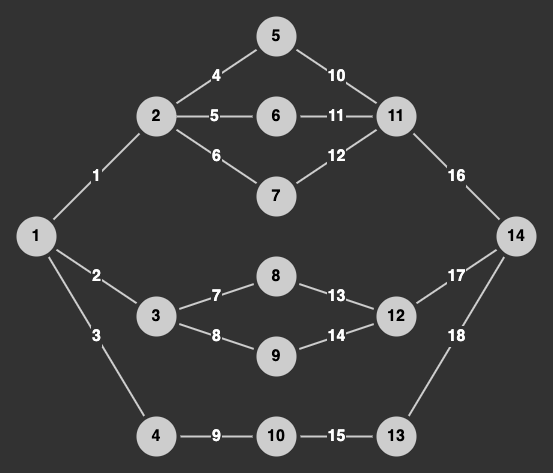
Earlier version of the draw.io export tasks/task_02/graph.png (Friend-LGA/uni_course_cpp). Source tidied: cells renumbered, new cells last; positions are measured from the earlier drawing's top-left corner, leaving out a move shared by most shapes.
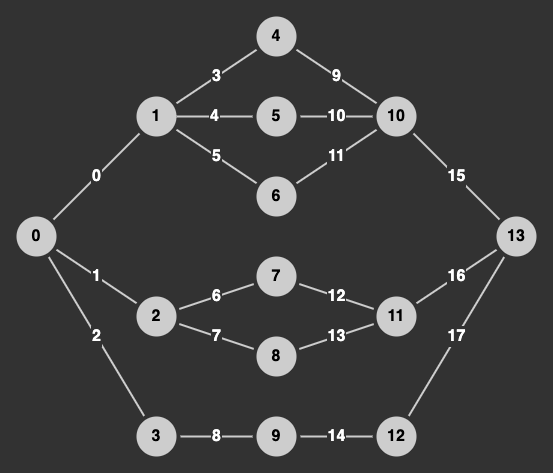
After the change.

Change to the diagram source:
```diff
@@ -2,100 +2,100 @@
   <root>
     <mxCell id="0" />
     <mxCell id="1" parent="0" />
-    <mxCell id="2" value="1" style="ellipse;whiteSpace=wrap;html=1;strokeColor=none;fontStyle=1;fontSize=16;fillColor=#CDCDCD;" parent="1" vertex="1">
+    <mxCell id="2" value="0" style="ellipse;strokeColor=none;fontStyle=1;fontSize=16;fillColor=#CDCDCD;html=1;whiteSpace=wrap;labelBorderColor=none;verticalAlign=middle;align=center;" parent="1" vertex="1">
       <mxGeometry y="200" width="40" height="40" as="geometry" />
     </mxCell>
-    <mxCell id="3" value="4" style="edgeStyle=none;rounded=0;jettySize=auto;endArrow=none;endFill=0;fontSize=16;strokeWidth=2;labelBackgroundColor=#323232;fontColor=#FFFFFF;fontStyle=1;spacing=2;labelBorderColor=#323232;verticalAlign=middle;horizontal=1;html=1;shadow=0;strokeColor=#CDCDCD;jumpSize=6;targetPerimeterSpacing=4;sourcePerimeterSpacing=4;" parent="1" edge="1" source="6" target="13">
+    <mxCell id="3" value="3" style="edgeStyle=none;rounded=0;jettySize=auto;endArrow=none;endFill=0;fontSize=16;strokeWidth=2;labelBackgroundColor=#323232;fontColor=#FFFFFF;fontStyle=1;spacing=2;labelBorderColor=#323232;verticalAlign=middle;horizontal=1;html=1;shadow=0;strokeColor=#CDCDCD;jumpSize=6;targetPerimeterSpacing=4;sourcePerimeterSpacing=4;" parent="1" edge="1" source="6" target="13">
       <mxGeometry relative="1" as="geometry" />
     </mxCell>
-    <mxCell id="4" value="5" style="edgeStyle=none;rounded=0;jettySize=auto;exitX=1;exitY=0.5;exitDx=0;exitDy=0;endArrow=none;endFill=0;fontSize=16;strokeWidth=2;labelBackgroundColor=#323232;fontColor=#FFFFFF;fontStyle=1;spacing=2;labelBorderColor=#323232;verticalAlign=middle;horizontal=1;html=1;shadow=0;strokeColor=#CDCDCD;jumpSize=6;targetPerimeterSpacing=4;sourcePerimeterSpacing=4;" parent="1" edge="1" source="6" target="15">
+    <mxCell id="4" value="4" style="edgeStyle=none;rounded=0;jettySize=auto;exitX=1;exitY=0.5;exitDx=0;exitDy=0;endArrow=none;endFill=0;fontSize=16;strokeWidth=2;labelBackgroundColor=#323232;fontColor=#FFFFFF;fontStyle=1;spacing=2;labelBorderColor=#323232;verticalAlign=middle;horizontal=1;html=1;shadow=0;strokeColor=#CDCDCD;jumpSize=6;targetPerimeterSpacing=4;sourcePerimeterSpacing=4;" parent="1" edge="1" source="6" target="15">
       <mxGeometry relative="1" as="geometry" />
     </mxCell>
-    <mxCell id="5" value="6" style="edgeStyle=none;rounded=0;jettySize=auto;endArrow=none;endFill=0;fontSize=16;strokeWidth=2;labelBackgroundColor=#323232;fontColor=#FFFFFF;fontStyle=1;spacing=2;labelBorderColor=#323232;verticalAlign=middle;horizontal=1;html=1;shadow=0;strokeColor=#CDCDCD;jumpSize=6;targetPerimeterSpacing=4;sourcePerimeterSpacing=4;" parent="1" edge="1" source="6" target="17">
+    <mxCell id="5" value="5" style="edgeStyle=none;rounded=0;jettySize=auto;endArrow=none;endFill=0;fontSize=16;strokeWidth=2;labelBackgroundColor=#323232;fontColor=#FFFFFF;fontStyle=1;spacing=2;labelBorderColor=#323232;verticalAlign=middle;horizontal=1;html=1;shadow=0;strokeColor=#CDCDCD;jumpSize=6;targetPerimeterSpacing=4;sourcePerimeterSpacing=4;" parent="1" edge="1" source="6" target="17">
       <mxGeometry relative="1" as="geometry" />
     </mxCell>
-    <mxCell id="6" value="2" style="ellipse;whiteSpace=wrap;html=1;strokeColor=none;fontStyle=1;fontSize=16;fillColor=#CDCDCD;" parent="1" vertex="1">
+    <mxCell id="6" value="1" style="ellipse;strokeColor=none;fontStyle=1;fontSize=16;fillColor=#CDCDCD;html=1;whiteSpace=wrap;labelBorderColor=none;verticalAlign=middle;align=center;" parent="1" vertex="1">
       <mxGeometry x="120" y="80" width="40" height="40" as="geometry" />
     </mxCell>
-    <mxCell id="7" value="7" style="edgeStyle=none;rounded=0;jettySize=auto;endArrow=none;endFill=0;fontSize=16;strokeWidth=2;labelBackgroundColor=#323232;fontColor=#FFFFFF;fontStyle=1;spacing=2;labelBorderColor=#323232;verticalAlign=middle;horizontal=1;html=1;shadow=0;strokeColor=#CDCDCD;jumpSize=6;targetPerimeterSpacing=4;sourcePerimeterSpacing=4;" parent="1" edge="1" source="9" target="19">
+    <mxCell id="7" value="6" style="edgeStyle=none;rounded=0;jettySize=auto;endArrow=none;endFill=0;fontSize=16;strokeWidth=2;labelBackgroundColor=#323232;fontColor=#FFFFFF;fontStyle=1;spacing=2;labelBorderColor=#323232;verticalAlign=middle;horizontal=1;html=1;shadow=0;strokeColor=#CDCDCD;jumpSize=6;targetPerimeterSpacing=4;sourcePerimeterSpacing=4;" parent="1" edge="1" source="9" target="19">
       <mxGeometry relative="1" as="geometry" />
     </mxCell>
-    <mxCell id="8" value="8" style="edgeStyle=none;rounded=0;jettySize=auto;endArrow=none;endFill=0;fontSize=16;strokeWidth=2;labelBackgroundColor=#323232;fontColor=#FFFFFF;fontStyle=1;spacing=2;labelBorderColor=#323232;verticalAlign=middle;horizontal=1;html=1;shadow=0;strokeColor=#CDCDCD;jumpSize=6;targetPerimeterSpacing=4;sourcePerimeterSpacing=4;" parent="1" edge="1" source="9" target="21">
+    <mxCell id="8" value="7" style="edgeStyle=none;rounded=0;jettySize=auto;endArrow=none;endFill=0;fontSize=16;strokeWidth=2;labelBackgroundColor=#323232;fontColor=#FFFFFF;fontStyle=1;spacing=2;labelBorderColor=#323232;verticalAlign=middle;horizontal=1;html=1;shadow=0;strokeColor=#CDCDCD;jumpSize=6;targetPerimeterSpacing=4;sourcePerimeterSpacing=4;" parent="1" edge="1" source="9" target="21">
       <mxGeometry relative="1" as="geometry" />
     </mxCell>
-    <mxCell id="9" value="3" style="ellipse;whiteSpace=wrap;html=1;strokeColor=none;fontStyle=1;fontSize=16;fillColor=#CDCDCD;" parent="1" vertex="1">
+    <mxCell id="9" value="2" style="ellipse;strokeColor=none;fontStyle=1;fontSize=16;fillColor=#CDCDCD;html=1;whiteSpace=wrap;labelBorderColor=none;verticalAlign=middle;align=center;" parent="1" vertex="1">
       <mxGeometry x="120" y="280" width="40" height="40" as="geometry" />
     </mxCell>
-    <mxCell id="10" value="9" style="edgeStyle=none;rounded=0;jettySize=auto;endArrow=none;endFill=0;fontSize=16;strokeWidth=2;labelBackgroundColor=#323232;fontColor=#FFFFFF;fontStyle=1;spacing=2;labelBorderColor=#323232;verticalAlign=middle;horizontal=1;html=1;shadow=0;strokeColor=#CDCDCD;jumpSize=6;targetPerimeterSpacing=4;sourcePerimeterSpacing=4;" parent="1" edge="1" source="11" target="23">
+    <mxCell id="10" value="8" style="edgeStyle=none;rounded=0;jettySize=auto;endArrow=none;endFill=0;fontSize=16;strokeWidth=2;labelBackgroundColor=#323232;fontColor=#FFFFFF;fontStyle=1;spacing=2;labelBorderColor=#323232;verticalAlign=middle;horizontal=1;html=1;shadow=0;strokeColor=#CDCDCD;jumpSize=6;targetPerimeterSpacing=4;sourcePerimeterSpacing=4;" parent="1" edge="1" source="11" target="23">
       <mxGeometry relative="1" as="geometry" />
     </mxCell>
-    <mxCell id="11" value="4" style="ellipse;whiteSpace=wrap;html=1;strokeColor=none;fontStyle=1;fontSize=16;fillColor=#CDCDCD;" parent="1" vertex="1">
+    <mxCell id="11" value="3" style="ellipse;strokeColor=none;fontStyle=1;fontSize=16;fillColor=#CDCDCD;html=1;whiteSpace=wrap;labelBorderColor=none;verticalAlign=middle;align=center;" parent="1" vertex="1">
       <mxGeometry x="120" y="400" width="40" height="40" as="geometry" />
     </mxCell>
-    <mxCell id="12" value="10" style="edgeStyle=none;rounded=0;jettySize=auto;shadow=0;sketch=0;endArrow=none;endFill=0;fontSize=16;strokeWidth=2;labelBackgroundColor=#323232;fontColor=#FFFFFF;fontStyle=1;spacing=2;labelBorderColor=#323232;verticalAlign=middle;horizontal=1;html=1;strokeColor=#CDCDCD;jumpSize=6;targetPerimeterSpacing=4;sourcePerimeterSpacing=4;" parent="1" edge="1" source="13" target="25">
+    <mxCell id="12" value="9" style="edgeStyle=none;rounded=0;jettySize=auto;shadow=0;sketch=0;endArrow=none;endFill=0;fontSize=16;strokeWidth=2;labelBackgroundColor=#323232;fontColor=#FFFFFF;fontStyle=1;spacing=2;labelBorderColor=#323232;verticalAlign=middle;horizontal=1;html=1;strokeColor=#CDCDCD;jumpSize=6;targetPerimeterSpacing=4;sourcePerimeterSpacing=4;" parent="1" edge="1" source="13" target="25">
       <mxGeometry relative="1" as="geometry" />
     </mxCell>
-    <mxCell id="13" value="5" style="ellipse;whiteSpace=wrap;html=1;strokeColor=none;fontStyle=1;fontSize=16;fillColor=#CDCDCD;" parent="1" vertex="1">
+    <mxCell id="13" value="4" style="ellipse;strokeColor=none;fontStyle=1;fontSize=16;fillColor=#CDCDCD;html=1;whiteSpace=wrap;labelBorderColor=none;verticalAlign=middle;align=center;" parent="1" vertex="1">
       <mxGeometry x="240" width="40" height="40" as="geometry" />
     </mxCell>
-    <mxCell id="14" value="11" style="edgeStyle=none;rounded=0;jettySize=auto;endArrow=none;endFill=0;fontSize=16;strokeWidth=2;labelBackgroundColor=#323232;fontColor=#FFFFFF;fontStyle=1;spacing=2;labelBorderColor=#323232;verticalAlign=middle;horizontal=1;html=1;shadow=0;strokeColor=#CDCDCD;jumpSize=6;targetPerimeterSpacing=4;sourcePerimeterSpacing=4;" parent="1" edge="1" source="15" target="25">
+    <mxCell id="14" value="10" style="edgeStyle=none;rounded=0;jettySize=auto;endArrow=none;endFill=0;fontSize=16;strokeWidth=2;labelBackgroundColor=#323232;fontColor=#FFFFFF;fontStyle=1;spacing=2;labelBorderColor=#323232;verticalAlign=middle;horizontal=1;html=1;shadow=0;strokeColor=#CDCDCD;jumpSize=6;targetPerimeterSpacing=4;sourcePerimeterSpacing=4;" parent="1" edge="1" source="15" target="25">
       <mxGeometry relative="1" as="geometry" />
     </mxCell>
-    <mxCell id="15" value="6" style="ellipse;whiteSpace=wrap;html=1;strokeColor=none;fontStyle=1;fontSize=16;fillColor=#CDCDCD;" parent="1" vertex="1">
+    <mxCell id="15" value="5" style="ellipse;strokeColor=none;fontStyle=1;fontSize=16;fillColor=#CDCDCD;html=1;whiteSpace=wrap;labelBorderColor=none;verticalAlign=middle;align=center;" parent="1" vertex="1">
       <mxGeometry x="240" y="80" width="40" height="40" as="geometry" />
     </mxCell>
-    <mxCell id="16" value="12" style="edgeStyle=none;rounded=0;jettySize=auto;endArrow=none;endFill=0;fontSize=16;strokeWidth=2;labelBackgroundColor=#323232;fontColor=#FFFFFF;fontStyle=1;spacing=2;labelBorderColor=#323232;verticalAlign=middle;horizontal=1;html=1;shadow=0;strokeColor=#CDCDCD;jumpSize=6;targetPerimeterSpacing=4;sourcePerimeterSpacing=4;" parent="1" edge="1" source="17" target="25">
+    <mxCell id="16" value="11" style="edgeStyle=none;rounded=0;jettySize=auto;endArrow=none;endFill=0;fontSize=16;strokeWidth=2;labelBackgroundColor=#323232;fontColor=#FFFFFF;fontStyle=1;spacing=2;labelBorderColor=#323232;verticalAlign=middle;horizontal=1;html=1;shadow=0;strokeColor=#CDCDCD;jumpSize=6;targetPerimeterSpacing=4;sourcePerimeterSpacing=4;" parent="1" edge="1" source="17" target="25">
       <mxGeometry relative="1" as="geometry" />
     </mxCell>
-    <mxCell id="17" value="7" style="ellipse;whiteSpace=wrap;html=1;strokeColor=none;fontStyle=1;fontSize=16;fillColor=#CDCDCD;" parent="1" vertex="1">
+    <mxCell id="17" value="6" style="ellipse;strokeColor=none;fontStyle=1;fontSize=16;fillColor=#CDCDCD;html=1;whiteSpace=wrap;labelBorderColor=none;verticalAlign=middle;align=center;" parent="1" vertex="1">
       <mxGeometry x="240" y="160" width="40" height="40" as="geometry" />
     </mxCell>
-    <mxCell id="18" value="13" style="edgeStyle=none;rounded=0;jettySize=auto;endArrow=none;endFill=0;fontSize=16;strokeWidth=2;labelBackgroundColor=#323232;fontColor=#FFFFFF;fontStyle=1;spacing=2;labelBorderColor=#323232;verticalAlign=middle;horizontal=1;html=1;shadow=0;strokeColor=#CDCDCD;jumpSize=6;targetPerimeterSpacing=4;sourcePerimeterSpacing=4;" parent="1" edge="1" source="19" target="27">
+    <mxCell id="18" value="12" style="edgeStyle=none;rounded=0;jettySize=auto;endArrow=none;endFill=0;fontSize=16;strokeWidth=2;labelBackgroundColor=#323232;fontColor=#FFFFFF;fontStyle=1;spacing=2;labelBorderColor=#323232;verticalAlign=middle;horizontal=1;html=1;shadow=0;strokeColor=#CDCDCD;jumpSize=6;targetPerimeterSpacing=4;sourcePerimeterSpacing=4;" parent="1" edge="1" source="19" target="27">
       <mxGeometry relative="1" as="geometry" />
     </mxCell>
-    <mxCell id="19" value="8" style="ellipse;whiteSpace=wrap;html=1;strokeColor=none;fontStyle=1;fontSize=16;fillColor=#CDCDCD;" parent="1" vertex="1">
+    <mxCell id="19" value="7" style="ellipse;strokeColor=none;fontStyle=1;fontSize=16;fillColor=#CDCDCD;html=1;whiteSpace=wrap;labelBorderColor=none;verticalAlign=middle;align=center;" parent="1" vertex="1">
       <mxGeometry x="240" y="240" width="40" height="40" as="geometry" />
     </mxCell>
-    <mxCell id="20" value="14" style="edgeStyle=none;rounded=0;jettySize=auto;endArrow=none;endFill=0;fontSize=16;strokeWidth=2;labelBackgroundColor=#323232;fontColor=#FFFFFF;fontStyle=1;spacing=2;labelBorderColor=#323232;verticalAlign=middle;horizontal=1;html=1;shadow=0;strokeColor=#CDCDCD;jumpSize=6;targetPerimeterSpacing=4;sourcePerimeterSpacing=4;" parent="1" edge="1" source="21" target="27">
+    <mxCell id="20" value="13" style="edgeStyle=none;rounded=0;jettySize=auto;endArrow=none;endFill=0;fontSize=16;strokeWidth=2;labelBackgroundColor=#323232;fontColor=#FFFFFF;fontStyle=1;spacing=2;labelBorderColor=#323232;verticalAlign=middle;horizontal=1;html=1;shadow=0;strokeColor=#CDCDCD;jumpSize=6;targetPerimeterSpacing=4;sourcePerimeterSpacing=4;" parent="1" edge="1" source="21" target="27">
       <mxGeometry relative="1" as="geometry" />
     </mxCell>
-    <mxCell id="21" value="9" style="ellipse;whiteSpace=wrap;html=1;strokeColor=none;fontStyle=1;fontSize=16;fillColor=#CDCDCD;" parent="1" vertex="1">
+    <mxCell id="21" value="8" style="ellipse;strokeColor=none;fontStyle=1;fontSize=16;fillColor=#CDCDCD;html=1;whiteSpace=wrap;labelBorderColor=none;verticalAlign=middle;align=center;" parent="1" vertex="1">
       <mxGeometry x="240" y="320" width="40" height="40" as="geometry" />
     </mxCell>
-    <mxCell id="22" value="15" style="edgeStyle=none;rounded=0;jettySize=auto;endArrow=none;endFill=0;fontSize=16;strokeWidth=2;labelBackgroundColor=#323232;fontColor=#FFFFFF;fontStyle=1;spacing=2;labelBorderColor=#323232;verticalAlign=middle;horizontal=1;html=1;shadow=0;strokeColor=#CDCDCD;jumpSize=6;targetPerimeterSpacing=4;sourcePerimeterSpacing=4;" parent="1" edge="1" source="23" target="29">
+    <mxCell id="22" value="14" style="edgeStyle=none;rounded=0;jettySize=auto;endArrow=none;endFill=0;fontSize=16;strokeWidth=2;labelBackgroundColor=#323232;fontColor=#FFFFFF;fontStyle=1;spacing=2;labelBorderColor=#323232;verticalAlign=middle;horizontal=1;html=1;shadow=0;strokeColor=#CDCDCD;jumpSize=6;targetPerimeterSpacing=4;sourcePerimeterSpacing=4;" parent="1" edge="1" source="23" target="29">
       <mxGeometry relative="1" as="geometry" />
     </mxCell>
-    <mxCell id="23" value="10" style="ellipse;whiteSpace=wrap;html=1;strokeColor=none;fontStyle=1;fontSize=16;fillColor=#CDCDCD;" parent="1" vertex="1">
+    <mxCell id="23" value="9" style="ellipse;strokeColor=none;fontStyle=1;fontSize=16;fillColor=#CDCDCD;html=1;whiteSpace=wrap;labelBorderColor=none;verticalAlign=middle;align=center;" parent="1" vertex="1">
       <mxGeometry x="240" y="400" width="40" height="40" as="geometry" />
     </mxCell>
-    <mxCell id="24" value="16" style="edgeStyle=none;rounded=0;jettySize=auto;endArrow=none;endFill=0;fontSize=16;strokeWidth=2;labelBackgroundColor=#323232;fontColor=#FFFFFF;fontStyle=1;spacing=2;labelBorderColor=#323232;verticalAlign=middle;horizontal=1;html=1;shadow=0;strokeColor=#CDCDCD;jumpSize=6;targetPerimeterSpacing=4;sourcePerimeterSpacing=4;" parent="1" edge="1" source="25" target="30">
+    <mxCell id="24" value="15" style="edgeStyle=none;rounded=0;jettySize=auto;endArrow=none;endFill=0;fontSize=16;strokeWidth=2;labelBackgroundColor=#323232;fontColor=#FFFFFF;fontStyle=1;spacing=2;labelBorderColor=#323232;verticalAlign=middle;horizontal=1;html=1;shadow=0;strokeColor=#CDCDCD;jumpSize=6;targetPerimeterSpacing=4;sourcePerimeterSpacing=4;" parent="1" edge="1" source="25" target="30">
       <mxGeometry relative="1" as="geometry" />
     </mxCell>
-    <mxCell id="25" value="11" style="ellipse;whiteSpace=wrap;html=1;strokeColor=none;fontStyle=1;fontSize=16;fillColor=#CDCDCD;" parent="1" vertex="1">
+    <mxCell id="25" value="10" style="ellipse;strokeColor=none;fontStyle=1;fontSize=16;fillColor=#CDCDCD;html=1;whiteSpace=wrap;labelBorderColor=none;verticalAlign=middle;align=center;" parent="1" vertex="1">
       <mxGeometry x="360" y="80" width="40" height="40" as="geometry" />
     </mxCell>
-    <mxCell id="26" value="17" style="edgeStyle=none;rounded=0;jettySize=auto;endArrow=none;endFill=0;fontSize=16;strokeWidth=2;labelBackgroundColor=#323232;fontColor=#FFFFFF;fontStyle=1;spacing=2;labelBorderColor=#323232;verticalAlign=middle;horizontal=1;html=1;shadow=0;strokeColor=#CDCDCD;jumpSize=6;targetPerimeterSpacing=4;sourcePerimeterSpacing=4;" parent="1" edge="1" source="27" target="30">
+    <mxCell id="26" value="16" style="edgeStyle=none;rounded=0;jettySize=auto;endArrow=none;endFill=0;fontSize=16;strokeWidth=2;labelBackgroundColor=#323232;fontColor=#FFFFFF;fontStyle=1;spacing=2;labelBorderColor=#323232;verticalAlign=middle;horizontal=1;html=1;shadow=0;strokeColor=#CDCDCD;jumpSize=6;targetPerimeterSpacing=4;sourcePerimeterSpacing=4;" parent="1" edge="1" source="27" target="30">
       <mxGeometry relative="1" as="geometry" />
     </mxCell>
-    <mxCell id="27" value="12" style="ellipse;whiteSpace=wrap;html=1;strokeColor=none;fontStyle=1;fontSize=16;fillColor=#CDCDCD;" parent="1" vertex="1">
+    <mxCell id="27" value="11" style="ellipse;strokeColor=none;fontStyle=1;fontSize=16;fillColor=#CDCDCD;html=1;whiteSpace=wrap;labelBorderColor=none;verticalAlign=middle;align=center;" parent="1" vertex="1">
       <mxGeometry x="360" y="280" width="40" height="40" as="geometry" />
     </mxCell>
-    <mxCell id="28" value="18" style="edgeStyle=none;rounded=0;jettySize=auto;endArrow=none;endFill=0;fontSize=16;strokeWidth=2;labelBackgroundColor=#323232;fontColor=#FFFFFF;fontStyle=1;spacing=2;labelBorderColor=#323232;verticalAlign=middle;horizontal=1;html=1;shadow=0;strokeColor=#CDCDCD;jumpSize=6;targetPerimeterSpacing=4;sourcePerimeterSpacing=4;" parent="1" edge="1" source="29" target="30">
+    <mxCell id="28" value="17" style="edgeStyle=none;rounded=0;jettySize=auto;endArrow=none;endFill=0;fontSize=16;strokeWidth=2;labelBackgroundColor=#323232;fontColor=#FFFFFF;fontStyle=1;spacing=2;labelBorderColor=#323232;verticalAlign=middle;horizontal=1;html=1;shadow=0;strokeColor=#CDCDCD;jumpSize=6;targetPerimeterSpacing=4;sourcePerimeterSpacing=4;" parent="1" edge="1" source="29" target="30">
       <mxGeometry relative="1" as="geometry" />
     </mxCell>
-    <mxCell id="29" value="13" style="ellipse;whiteSpace=wrap;html=1;strokeColor=none;fontStyle=1;fontSize=16;fillColor=#CDCDCD;" parent="1" vertex="1">
+    <mxCell id="29" value="12" style="ellipse;strokeColor=none;fontStyle=1;fontSize=16;fillColor=#CDCDCD;html=1;whiteSpace=wrap;labelBorderColor=none;verticalAlign=middle;align=center;" parent="1" vertex="1">
       <mxGeometry x="360" y="400" width="40" height="40" as="geometry" />
     </mxCell>
-    <mxCell id="30" value="14" style="ellipse;whiteSpace=wrap;html=1;strokeColor=none;fontStyle=1;fontSize=16;fillColor=#CDCDCD;" parent="1" vertex="1">
+    <mxCell id="30" value="13" style="ellipse;strokeColor=none;fontStyle=1;fontSize=16;fillColor=#CDCDCD;html=1;whiteSpace=wrap;labelBorderColor=none;verticalAlign=middle;align=center;" parent="1" vertex="1">
       <mxGeometry x="480" y="200" width="40" height="40" as="geometry" />
     </mxCell>
-    <mxCell id="31" value="1" style="shadow=0;endArrow=none;endFill=0;fontSize=16;strokeWidth=2;labelBackgroundColor=#323232;fontColor=#FFFFFF;fontStyle=1;spacing=2;labelBorderColor=#323232;verticalAlign=middle;horizontal=1;html=1;strokeColor=#CDCDCD;jumpSize=6;targetPerimeterSpacing=4;sourcePerimeterSpacing=4;" parent="1" edge="1" source="2" target="6">
+    <mxCell id="31" value="0" style="shadow=0;endArrow=none;endFill=0;fontSize=16;strokeWidth=2;labelBackgroundColor=#323232;fontColor=#FFFFFF;fontStyle=1;spacing=2;labelBorderColor=#323232;verticalAlign=middle;horizontal=1;html=1;strokeColor=#CDCDCD;jumpSize=6;targetPerimeterSpacing=4;sourcePerimeterSpacing=4;" parent="1" edge="1" source="2" target="6">
       <mxGeometry relative="1" as="geometry" />
     </mxCell>
-    <mxCell id="32" value="2" style="endArrow=none;endFill=0;fontSize=16;strokeWidth=2;labelBackgroundColor=#323232;fontColor=#FFFFFF;fontStyle=1;spacing=2;labelBorderColor=#323232;verticalAlign=middle;horizontal=1;html=1;shadow=0;strokeColor=#CDCDCD;jumpSize=6;targetPerimeterSpacing=4;sourcePerimeterSpacing=4;" parent="1" edge="1" source="2" target="9">
+    <mxCell id="32" value="1" style="endArrow=none;endFill=0;fontSize=16;strokeWidth=2;labelBackgroundColor=#323232;fontColor=#FFFFFF;fontStyle=1;spacing=2;labelBorderColor=#323232;verticalAlign=middle;horizontal=1;html=1;shadow=0;strokeColor=#CDCDCD;jumpSize=6;targetPerimeterSpacing=4;sourcePerimeterSpacing=4;" parent="1" edge="1" source="2" target="9">
       <mxGeometry relative="1" as="geometry" />
     </mxCell>
-    <mxCell id="33" value="3" style="endArrow=none;endFill=0;fontSize=16;strokeWidth=2;labelBackgroundColor=#323232;fontColor=#FFFFFF;fontStyle=1;spacing=2;labelBorderColor=#323232;verticalAlign=middle;horizontal=1;html=1;shadow=0;strokeColor=#CDCDCD;jumpSize=6;targetPerimeterSpacing=4;sourcePerimeterSpacing=4;" parent="1" edge="1" source="2" target="11">
+    <mxCell id="33" value="2" style="endArrow=none;endFill=0;fontSize=16;strokeWidth=2;labelBackgroundColor=#323232;fontColor=#FFFFFF;fontStyle=1;spacing=2;labelBorderColor=#323232;verticalAlign=middle;horizontal=1;html=1;shadow=0;strokeColor=#CDCDCD;jumpSize=6;targetPerimeterSpacing=4;sourcePerimeterSpacing=4;" parent="1" edge="1" source="2" target="11">
       <mxGeometry relative="1" as="geometry" />
     </mxCell>
   </root>
```
